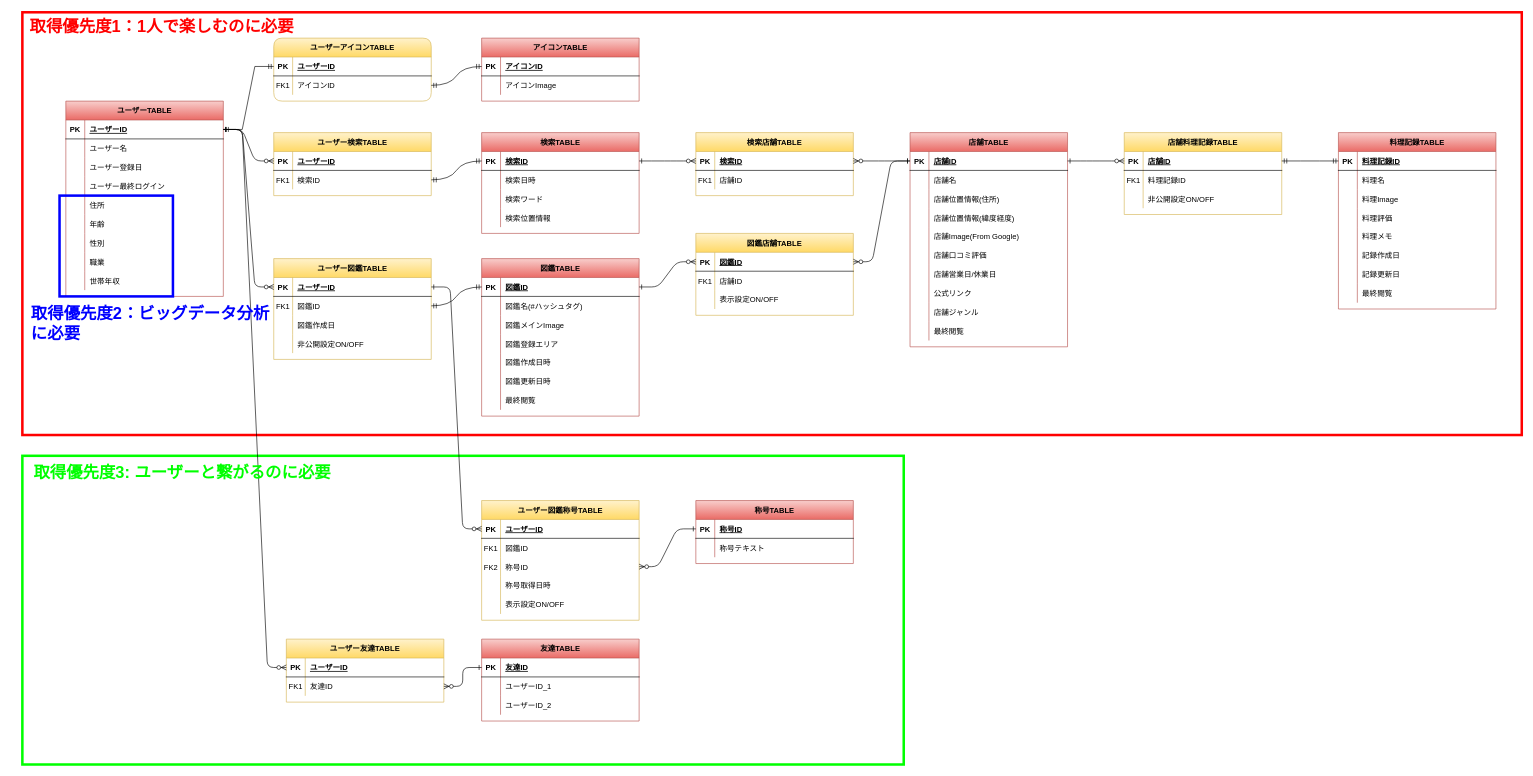
Above: 06_ER図/TECHFOODEXPROLERS_ER図_Rev3.drawio in KawanaN0riyasu/STEP3-2_Team (draw.io), before the change. Source tidied: cells renumbered, new cells numbered last; positions are measured from the earlier drawing's top-left corner, leaving out a move shared by most shapes. Both pictures are drawn from the tidied source at 63%, with x=0, y=0 at pixel (22, 12).
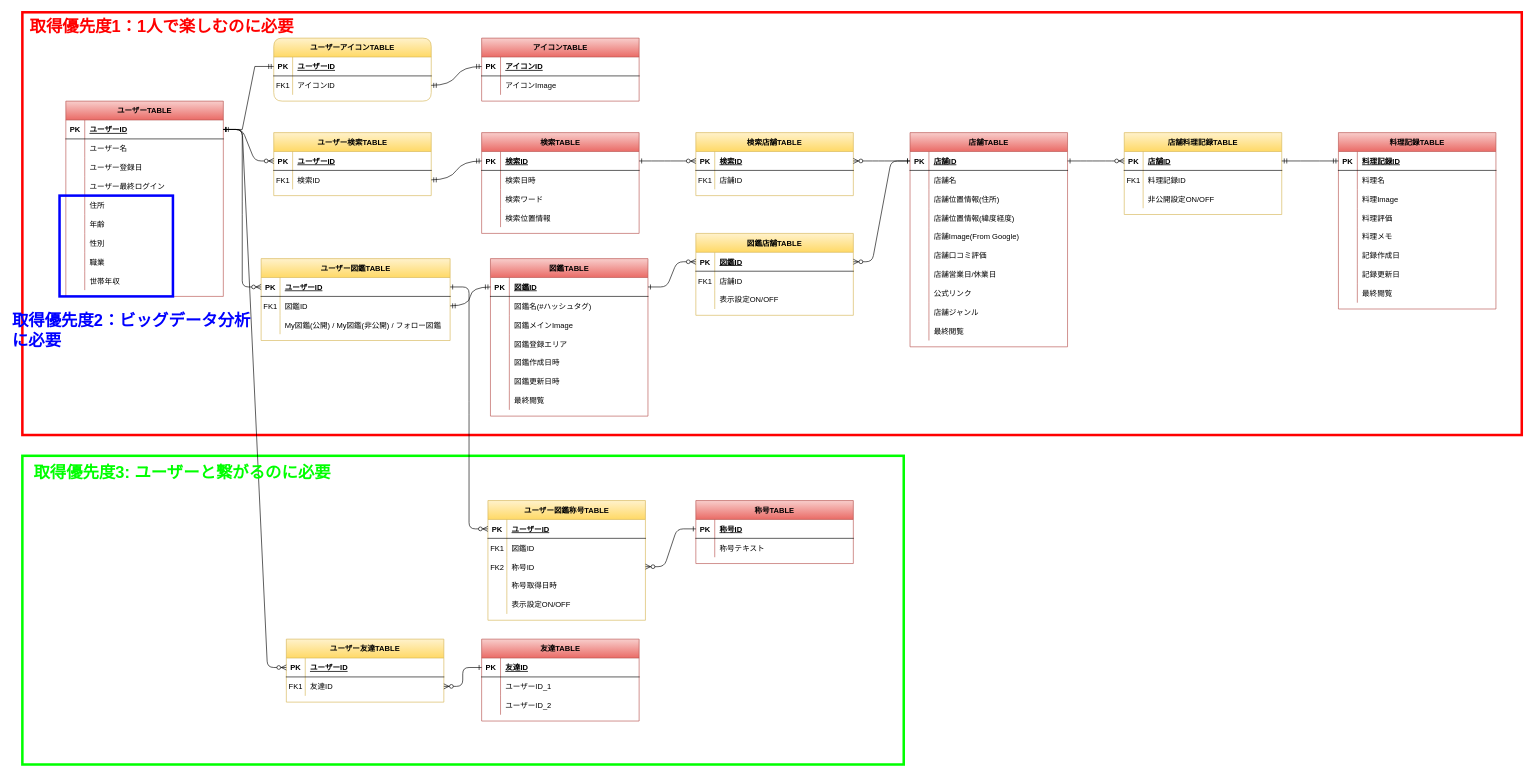
After the change.

Change to the diagram source:
```diff
@@
     <mxCell id="89" value="図鑑TABLE" style="shape=table;startSize=30;childLayout=tableLayout;rowLines=0;fontStyle=1;align=center;fillColor=#f8cecc;gradientColor=#ea6b66;strokeColor=#b85450;" parent="1" vertex="1">
-      <mxGeometry x="729" y="391" width="250" height="250" as="geometry" />
+      <mxGeometry x="743" y="391" width="250" height="250" as="geometry" />
     </mxCell>
@@
     <mxCell id="111" value="ユーザー図鑑TABLE" style="shape=table;startSize=30;childLayout=tableLayout;rowLines=0;fontStyle=1;align=center;fillColor=#fff2cc;gradientColor=#ffd966;strokeColor=#d6b656;" parent="1" vertex="1">
-      <mxGeometry x="399" y="391" width="250" height="160" as="geometry" />
+      <mxGeometry x="379" y="391" width="300" height="130" as="geometry" />
     </mxCell>
     <mxCell id="112" style="shape=partialRectangle;fillColor=none;points=[[0,0.5],[1,0.5]];portConstraint=eastwest;top=0;left=0;right=0;bottom=1;" parent="111" vertex="1">
-      <mxGeometry y="30" width="250" height="30" as="geometry" />
+      <mxGeometry y="30" width="300" height="30" as="geometry" />
     </mxCell>
@@
     <mxCell id="114" value="ユーザーID" style="shape=partialRectangle;overflow=hidden;fillColor=none;top=0;left=0;bottom=0;right=0;align=left;spacingLeft=6;fontStyle=5;" parent="112" vertex="1">
-      <mxGeometry x="30" width="220" height="30" as="geometry" />
+      <mxGeometry x="30" width="270" height="30" as="geometry" />
     </mxCell>
     <mxCell id="115" style="shape=partialRectangle;fillColor=none;points=[[0,0.5],[1,0.5]];portConstraint=eastwest;top=0;left=0;right=0;bottom=0;" parent="111" vertex="1">
-      <mxGeometry y="60" width="250" height="30" as="geometry" />
+      <mxGeometry y="60" width="300" height="30" as="geometry" />
     </mxCell>
@@
     <mxCell id="117" value="図鑑ID" style="shape=partialRectangle;overflow=hidden;fillColor=none;top=0;left=0;bottom=0;right=0;align=left;spacingLeft=6;" parent="115" vertex="1">
-      <mxGeometry x="30" width="220" height="30" as="geometry" />
+      <mxGeometry x="30" width="270" height="30" as="geometry" />
     </mxCell>
     <mxCell id="118" style="shape=partialRectangle;fillColor=none;top=0;left=0;right=0;bottom=0;" parent="111" vertex="1">
-      <mxGeometry y="90" width="250" height="30" as="geometry" />
+      <mxGeometry y="90" width="300" height="30" as="geometry" />
     </mxCell>
@@
-    <mxCell id="120" value="図鑑作成日" style="shape=partialRectangle;overflow=hidden;fillColor=none;top=0;left=0;bottom=0;right=0;align=left;spacingLeft=6;" parent="118" vertex="1">
-      <mxGeometry x="30" width="220" height="30" as="geometry" />
+    <mxCell id="120" value="My図鑑(公開) / My図鑑(非公開) / フォロー図鑑" style="shape=partialRectangle;overflow=hidden;fillColor=none;top=0;left=0;bottom=0;right=0;align=left;spacingLeft=6;" parent="118" vertex="1">
+      <mxGeometry x="30" width="270" height="30" as="geometry" />
     </mxCell>
-    <mxCell id="121" style="shape=partialRectangle;fillColor=none;top=0;left=0;right=0;bottom=0;" parent="111" vertex="1">
-      <mxGeometry y="120" width="250" height="30" as="geometry" />
-    </mxCell>
-    <mxCell id="122" style="shape=partialRectangle;overflow=hidden;fillColor=none;top=0;left=0;bottom=0;right=0;" parent="121" vertex="1">
-      <mxGeometry width="30" height="30" as="geometry" />
-    </mxCell>
-    <mxCell id="123" value="非公開設定ON/OFF" style="shape=partialRectangle;overflow=hidden;fillColor=none;top=0;left=0;bottom=0;right=0;align=left;spacingLeft=6;" parent="121" vertex="1">
-      <mxGeometry x="30" width="220" height="30" as="geometry" />
-    </mxCell>
@@
     <mxCell id="222" value="ユーザー図鑑称号TABLE" style="shape=table;startSize=30;childLayout=tableLayout;rowLines=0;fontStyle=1;align=center;fillColor=#fff2cc;gradientColor=#ffd966;strokeColor=#d6b656;" parent="1" vertex="1">
-      <mxGeometry x="729" y="775" width="250" height="190" as="geometry" />
+      <mxGeometry x="739" y="775" width="250" height="190" as="geometry" />
     </mxCell>
@@
     <mxCell id="242" value="取得優先度2：ビッグデータ分析&lt;br style=&quot;font-size: 26px;&quot;&gt;に必要" style="text;html=1;strokeColor=none;fillColor=none;align=left;verticalAlign=middle;whiteSpace=wrap;rounded=0;fontSize=26;fontColor=#0000ff;fontStyle=1;" parent="1" vertex="1">
-      <mxGeometry x="12" y="479" width="464" height="30" as="geometry" />
+      <mxGeometry x="-18" y="491" width="397" height="30" as="geometry" />
     </mxCell>
```
